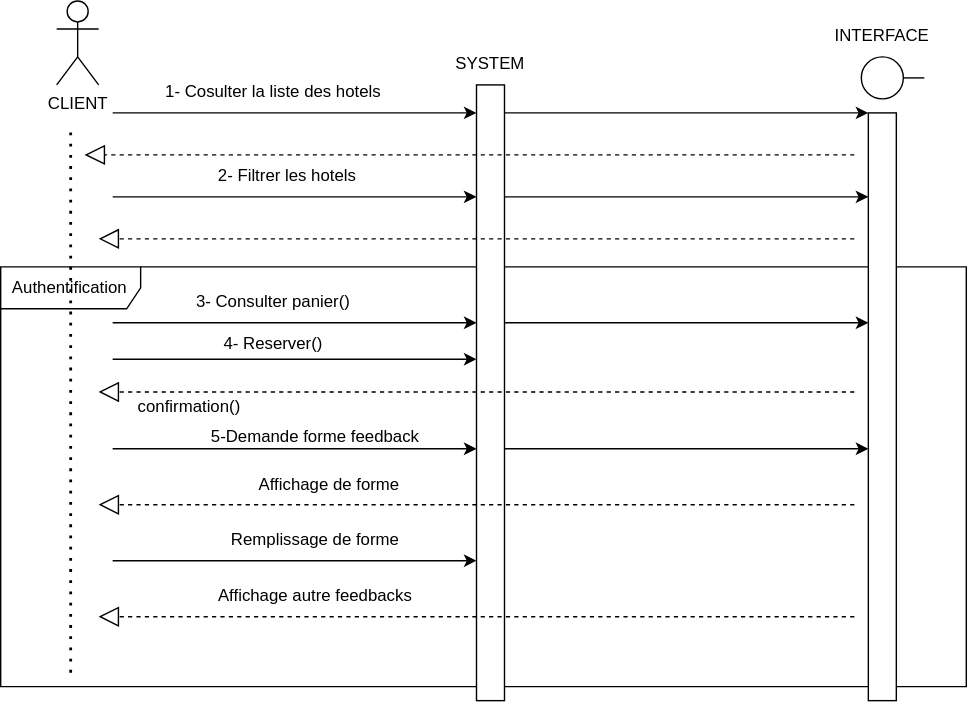
This is conception/DSEQUENCE.drawio.svg from AllaouiJihad/youbooking, a draw.io export, as it was before one commit. Source tidied: cells renumbered, new cells last; positions are measured from the earlier drawing's top-left corner, leaving out a move shared by most shapes.
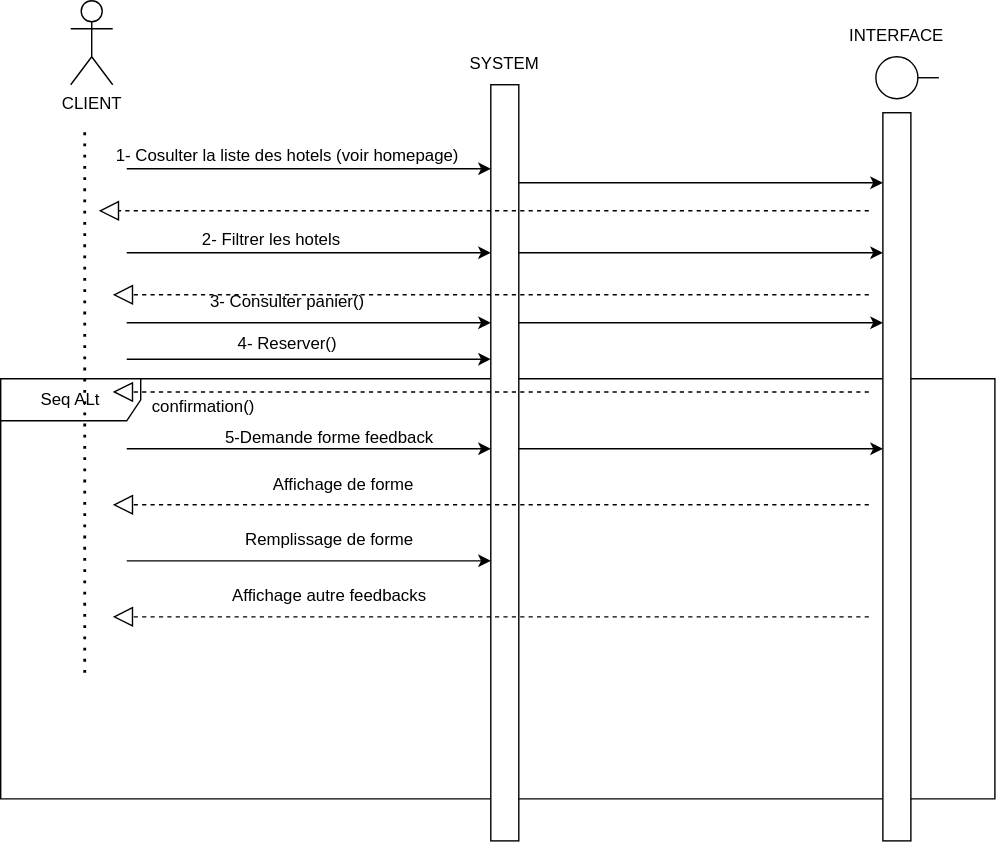
After the change.

Change to the diagram source:
```diff
@@ -8,14 +8,14 @@
     <mxCell id="3" value="SYSTEM" style="text;html=1;strokeColor=none;fillColor=none;align=center;verticalAlign=middle;whiteSpace=wrap;rounded=0;" parent="1" vertex="1">
       <mxGeometry x="320" y="30" width="60" height="30" as="geometry" />
     </mxCell>
-    <mxCell id="4" value="Authentification" style="shape=umlFrame;whiteSpace=wrap;html=1;width=100;height=30;" parent="1" vertex="1">
-      <mxGeometry y="190" width="690" height="300" as="geometry" />
+    <mxCell id="4" value="Seq ALt" style="shape=umlFrame;whiteSpace=wrap;html=1;width=100;height=30;" parent="1" vertex="1">
+      <mxGeometry x="-10" y="270" width="710" height="300" as="geometry" />
     </mxCell>
     <mxCell id="5" style="html=1;points=[];perimeter=orthogonalPerimeter;" parent="1" vertex="1">
-      <mxGeometry x="340" y="60" width="20" height="440" as="geometry" />
+      <mxGeometry x="340" y="60" width="20" height="540" as="geometry" />
     </mxCell>
     <mxCell id="6" style="html=1;perimeter=orthogonalPerimeter;" parent="1" vertex="1">
-      <mxGeometry x="620" y="80" width="20" height="420" as="geometry" />
+      <mxGeometry x="620" y="80" width="20" height="520" as="geometry" />
     </mxCell>
     <mxCell id="7" value="INTERFACE" style="text;html=1;strokeColor=none;fillColor=none;align=center;verticalAlign=middle;whiteSpace=wrap;rounded=0;" parent="1" vertex="1">
       <mxGeometry x="600" y="10" width="60" height="30" as="geometry" />
@@ -28,21 +28,22 @@
         <mxPoint x="660" y="55" as="targetPoint" />
       </mxGeometry>
     </mxCell>
-    <mxCell id="10" style="endArrow=classic;html=1;" parent="1" edge="1" target="5">
+    <mxCell id="10" style="endArrow=classic;html=1;" parent="1" edge="1">
       <mxGeometry relative="1" as="geometry">
-        <mxPoint x="80" y="80" as="sourcePoint" />
+        <mxPoint x="80" y="120" as="sourcePoint" />
+        <mxPoint x="340" y="120" as="targetPoint" />
       </mxGeometry>
     </mxCell>
     <mxCell id="11" style="endArrow=classic;html=1;" parent="1" edge="1">
       <mxGeometry relative="1" as="geometry">
-        <mxPoint x="360" y="80" as="sourcePoint" />
-        <mxPoint x="620" y="80" as="targetPoint" />
+        <mxPoint x="360" y="130" as="sourcePoint" />
+        <mxPoint x="620" y="130" as="targetPoint" />
       </mxGeometry>
     </mxCell>
     <mxCell id="12" style="endArrow=block;dashed=1;endFill=0;endSize=12;html=1;" parent="1" edge="1">
       <mxGeometry relative="1" as="geometry">
-        <mxPoint x="610" y="110" as="sourcePoint" />
-        <mxPoint x="60" y="110" as="targetPoint" />
+        <mxPoint x="610" y="150" as="sourcePoint" />
+        <mxPoint x="60" y="150" as="targetPoint" />
       </mxGeometry>
     </mxCell>
     <mxCell id="13" style="endArrow=none;dashed=1;html=1;dashPattern=1 3;strokeWidth=2;" parent="1" edge="1">
@@ -53,20 +54,20 @@
     </mxCell>
     <mxCell id="14" style="endArrow=classic;html=1;" parent="1" edge="1">
       <mxGeometry relative="1" as="geometry">
-        <mxPoint x="80" y="140" as="sourcePoint" />
-        <mxPoint x="340" y="140" as="targetPoint" />
+        <mxPoint x="80" y="180" as="sourcePoint" />
+        <mxPoint x="340" y="180" as="targetPoint" />
       </mxGeometry>
     </mxCell>
     <mxCell id="15" style="endArrow=classic;html=1;" parent="1" edge="1">
       <mxGeometry relative="1" as="geometry">
-        <mxPoint x="360" y="140" as="sourcePoint" />
-        <mxPoint x="620" y="140" as="targetPoint" />
+        <mxPoint x="360" y="180" as="sourcePoint" />
+        <mxPoint x="620" y="180" as="targetPoint" />
       </mxGeometry>
     </mxCell>
     <mxCell id="16" style="endArrow=block;dashed=1;endFill=0;endSize=12;html=1;" parent="1" edge="1">
       <mxGeometry relative="1" as="geometry">
-        <mxPoint x="610" y="170" as="sourcePoint" />
-        <mxPoint x="70" y="170" as="targetPoint" />
+        <mxPoint x="610" y="210" as="sourcePoint" />
+        <mxPoint x="70" y="210" as="targetPoint" />
       </mxGeometry>
     </mxCell>
     <mxCell id="17" style="endArrow=classic;html=1;" parent="1" edge="1">
@@ -123,11 +124,11 @@
         <mxPoint x="70" y="440" as="targetPoint" />
       </mxGeometry>
     </mxCell>
-    <mxCell id="26" value="1- Cosulter la liste des hotels" style="text;html=1;strokeColor=none;fillColor=none;align=center;verticalAlign=middle;whiteSpace=wrap;rounded=0;" parent="1" vertex="1">
-      <mxGeometry x="110" y="50" width="170" height="30" as="geometry" />
+    <mxCell id="26" value="1- Cosulter la liste des hotels (voir homepage)" style="text;html=1;strokeColor=none;fillColor=none;align=center;verticalAlign=middle;whiteSpace=wrap;rounded=0;" parent="1" vertex="1">
+      <mxGeometry x="70" y="96" width="250" height="30" as="geometry" />
     </mxCell>
-    <mxCell id="27" value="2- Filtrer les hotels" style="text;html=1;strokeColor=none;fillColor=none;align=center;verticalAlign=middle;whiteSpace=wrap;rounded=0;" parent="1" vertex="1">
-      <mxGeometry x="120" y="110" width="170" height="30" as="geometry" />
+    <mxCell id="27" value="2- Filtrer les hotels&amp;nbsp;" style="text;html=1;strokeColor=none;fillColor=none;align=center;verticalAlign=middle;whiteSpace=wrap;rounded=0;" parent="1" vertex="1">
+      <mxGeometry x="67" y="156" width="233" height="30" as="geometry" />
     </mxCell>
     <mxCell id="28" value="3- Consulter panier()" style="text;html=1;strokeColor=none;fillColor=none;align=center;verticalAlign=middle;whiteSpace=wrap;rounded=0;" parent="1" vertex="1">
       <mxGeometry x="110" y="200" width="170" height="30" as="geometry" />
```
